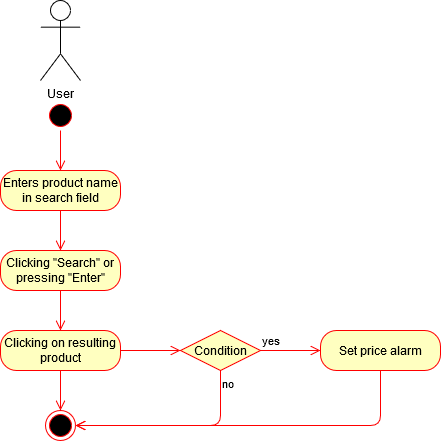
Earlier version of the draw.io export doku/AC_SearchProduct.png (Mueller-Patrick/Betterzon). Source tidied: cells renumbered, new cells last; positions are measured from the earlier drawing's top-left corner, leaving out a move shared by most shapes. The source it was exported from:
```xml
<mxGraphModel>
  <root>
    <mxCell id="0" />
    <mxCell id="1" parent="0" />
    <mxCell id="2" value="&lt;div&gt;User&lt;/div&gt;" style="shape=umlActor;verticalLabelPosition=bottom;verticalAlign=top;html=1;" parent="1" vertex="1">
      <mxGeometry x="40" width="40" height="80" as="geometry" />
    </mxCell>
    <mxCell id="3" style="ellipse;html=1;shape=startState;fillColor=#000000;strokeColor=#ff0000;" parent="1" vertex="1">
      <mxGeometry x="45" y="100" width="30" height="30" as="geometry" />
    </mxCell>
    <mxCell id="4" style="edgeStyle=orthogonalEdgeStyle;html=1;verticalAlign=bottom;endArrow=open;endSize=8;strokeColor=#ff0000;" parent="1" edge="1" source="3">
      <mxGeometry relative="1" as="geometry">
        <mxPoint x="60" y="170" as="targetPoint" />
      </mxGeometry>
    </mxCell>
    <mxCell id="5" style="ellipse;html=1;shape=endState;fillColor=#000000;strokeColor=#ff0000;" parent="1" vertex="1">
      <mxGeometry x="45" y="410" width="30" height="30" as="geometry" />
    </mxCell>
    <mxCell id="6" value="Enters product name in search field" style="rounded=1;whiteSpace=wrap;html=1;arcSize=40;fontColor=#000000;fillColor=#ffffc0;strokeColor=#ff0000;" parent="1" vertex="1">
      <mxGeometry y="170" width="120" height="40" as="geometry" />
    </mxCell>
    <mxCell id="7" style="edgeStyle=orthogonalEdgeStyle;html=1;verticalAlign=bottom;endArrow=open;endSize=8;strokeColor=#ff0000;entryX=0.5;entryY=0;entryDx=0;entryDy=0;" parent="1" edge="1" source="6">
      <mxGeometry relative="1" as="geometry">
        <mxPoint x="60" y="250" as="targetPoint" />
      </mxGeometry>
    </mxCell>
    <mxCell id="8" value="&lt;div&gt;Clicking &quot;Search&quot; or pressing &quot;Enter&quot;&lt;/div&gt;" style="rounded=1;whiteSpace=wrap;html=1;arcSize=40;fontColor=#000000;fillColor=#ffffc0;strokeColor=#ff0000;" parent="1" vertex="1">
      <mxGeometry y="250" width="120" height="40" as="geometry" />
    </mxCell>
    <mxCell id="9" style="edgeStyle=orthogonalEdgeStyle;html=1;verticalAlign=bottom;endArrow=open;endSize=8;strokeColor=#ff0000;entryX=0.5;entryY=0;entryDx=0;entryDy=0;" parent="1" edge="1" source="8">
      <mxGeometry relative="1" as="geometry">
        <mxPoint x="60" y="330" as="targetPoint" />
      </mxGeometry>
    </mxCell>
    <mxCell id="10" value="Clicking on resulting product" style="rounded=1;whiteSpace=wrap;html=1;arcSize=40;fontColor=#000000;fillColor=#ffffc0;strokeColor=#ff0000;" parent="1" vertex="1">
      <mxGeometry y="330" width="120" height="40" as="geometry" />
    </mxCell>
    <mxCell id="11" style="edgeStyle=orthogonalEdgeStyle;html=1;verticalAlign=bottom;endArrow=open;endSize=8;strokeColor=#ff0000;entryX=0.5;entryY=0;entryDx=0;entryDy=0;" parent="1" edge="1" source="10" target="5">
      <mxGeometry relative="1" as="geometry" />
    </mxCell>
    <mxCell id="12" value="Condition" style="rhombus;whiteSpace=wrap;html=1;fillColor=#ffffc0;strokeColor=#ff0000;" parent="1" vertex="1">
      <mxGeometry x="180" y="330" width="80" height="40" as="geometry" />
    </mxCell>
    <mxCell id="13" value="&lt;div&gt;yes&lt;/div&gt;" style="edgeStyle=orthogonalEdgeStyle;html=1;align=left;verticalAlign=bottom;endArrow=open;endSize=8;strokeColor=#ff0000;" parent="1" edge="1" source="12">
      <mxGeometry x="-1" relative="1" as="geometry">
        <mxPoint x="320" y="350" as="targetPoint" />
      </mxGeometry>
    </mxCell>
    <mxCell id="14" value="no" style="edgeStyle=orthogonalEdgeStyle;html=1;align=left;verticalAlign=top;endArrow=open;endSize=8;strokeColor=#ff0000;entryX=1;entryY=0.5;entryDx=0;entryDy=0;" parent="1" edge="1" source="12" target="5">
      <mxGeometry x="-1" relative="1" as="geometry">
        <Array as="points">
          <mxPoint x="220" y="425" />
        </Array>
      </mxGeometry>
    </mxCell>
    <mxCell id="15" style="edgeStyle=orthogonalEdgeStyle;html=1;verticalAlign=bottom;endArrow=open;endSize=8;strokeColor=#ff0000;entryX=0;entryY=0.5;entryDx=0;entryDy=0;entryPerimeter=0;exitX=1;exitY=0.5;exitDx=0;exitDy=0;" parent="1" edge="1" source="10">
      <mxGeometry relative="1" as="geometry">
        <mxPoint x="180" y="350" as="targetPoint" />
        <Array as="points">
          <mxPoint x="140" y="350" />
          <mxPoint x="140" y="350" />
        </Array>
      </mxGeometry>
    </mxCell>
    <mxCell id="16" value="Set price alarm" style="rounded=1;whiteSpace=wrap;html=1;arcSize=40;fontColor=#000000;fillColor=#ffffc0;strokeColor=#ff0000;" parent="1" vertex="1">
      <mxGeometry x="320" y="330" width="120" height="40" as="geometry" />
    </mxCell>
    <mxCell id="17" style="edgeStyle=orthogonalEdgeStyle;html=1;verticalAlign=bottom;endArrow=open;endSize=8;strokeColor=#ff0000;entryX=1;entryY=0.5;entryDx=0;entryDy=0;" parent="1" edge="1" source="16" target="5">
      <mxGeometry relative="1" as="geometry">
        <Array as="points">
          <mxPoint x="380" y="425" />
        </Array>
      </mxGeometry>
    </mxCell>
  </root>
</mxGraphModel>
```
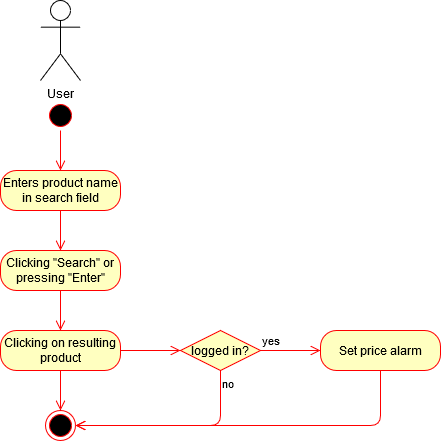
The same file after the commit.

Change to the diagram source:
```diff
@@ -38,7 +38,7 @@
     <mxCell id="11" style="edgeStyle=orthogonalEdgeStyle;html=1;verticalAlign=bottom;endArrow=open;endSize=8;strokeColor=#ff0000;entryX=0.5;entryY=0;entryDx=0;entryDy=0;" parent="1" edge="1" source="10" target="5">
       <mxGeometry relative="1" as="geometry" />
     </mxCell>
-    <mxCell id="12" value="Condition" style="rhombus;whiteSpace=wrap;html=1;fillColor=#ffffc0;strokeColor=#ff0000;" parent="1" vertex="1">
+    <mxCell id="12" value="logged in?" style="rhombus;whiteSpace=wrap;html=1;fillColor=#ffffc0;strokeColor=#ff0000;" parent="1" vertex="1">
       <mxGeometry x="180" y="330" width="80" height="40" as="geometry" />
     </mxCell>
     <mxCell id="13" value="&lt;div&gt;yes&lt;/div&gt;" style="edgeStyle=orthogonalEdgeStyle;html=1;align=left;verticalAlign=bottom;endArrow=open;endSize=8;strokeColor=#ff0000;" parent="1" edge="1" source="12">
```
